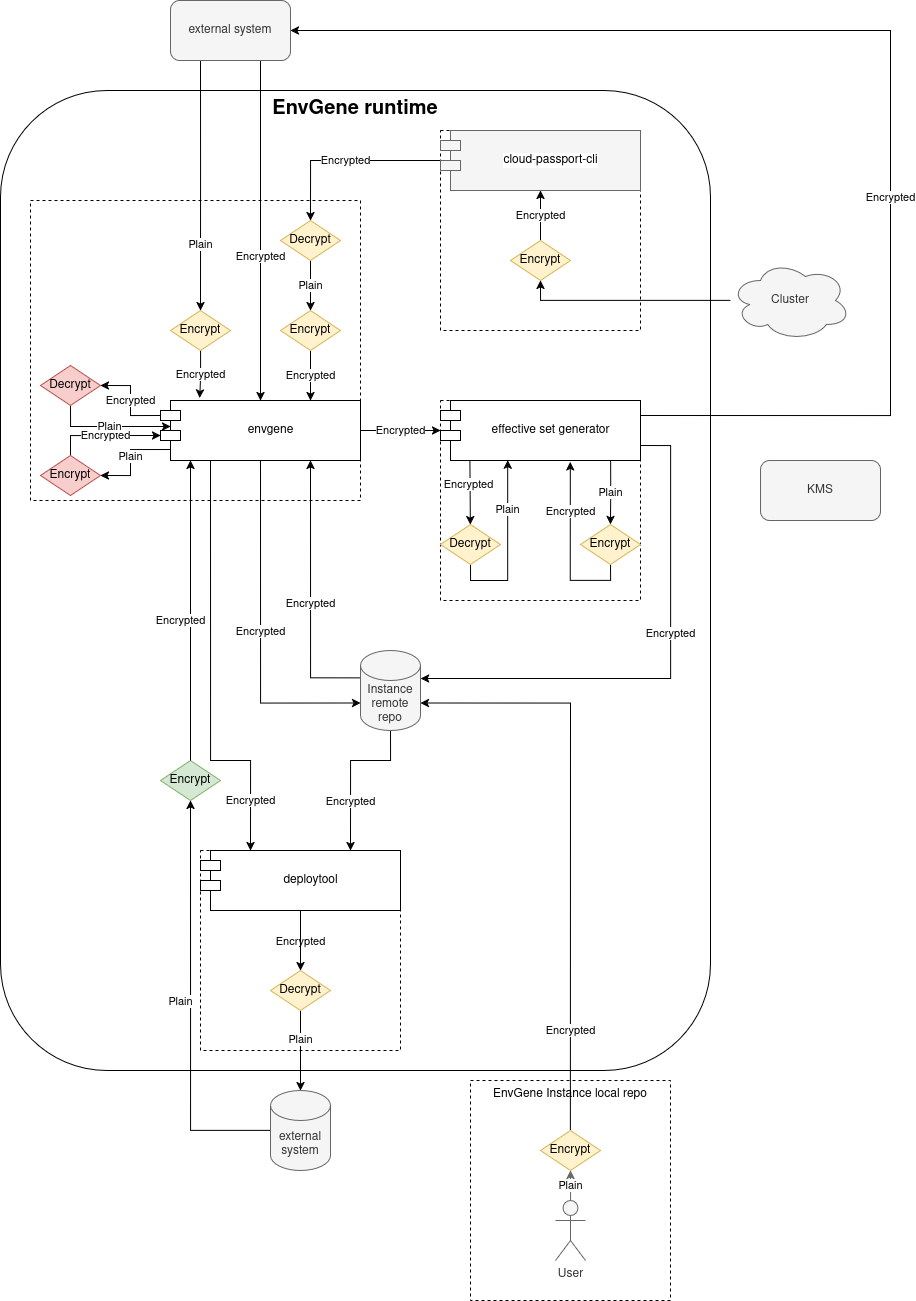
Before: docs/images/cred-encryption.png, a diagram exported from draw.io (sivareddyit/qubership-envgene). Source tidied: cells renumbered, new cells last; positions are measured from the earlier drawing's top-left corner, leaving out a move shared by most shapes.
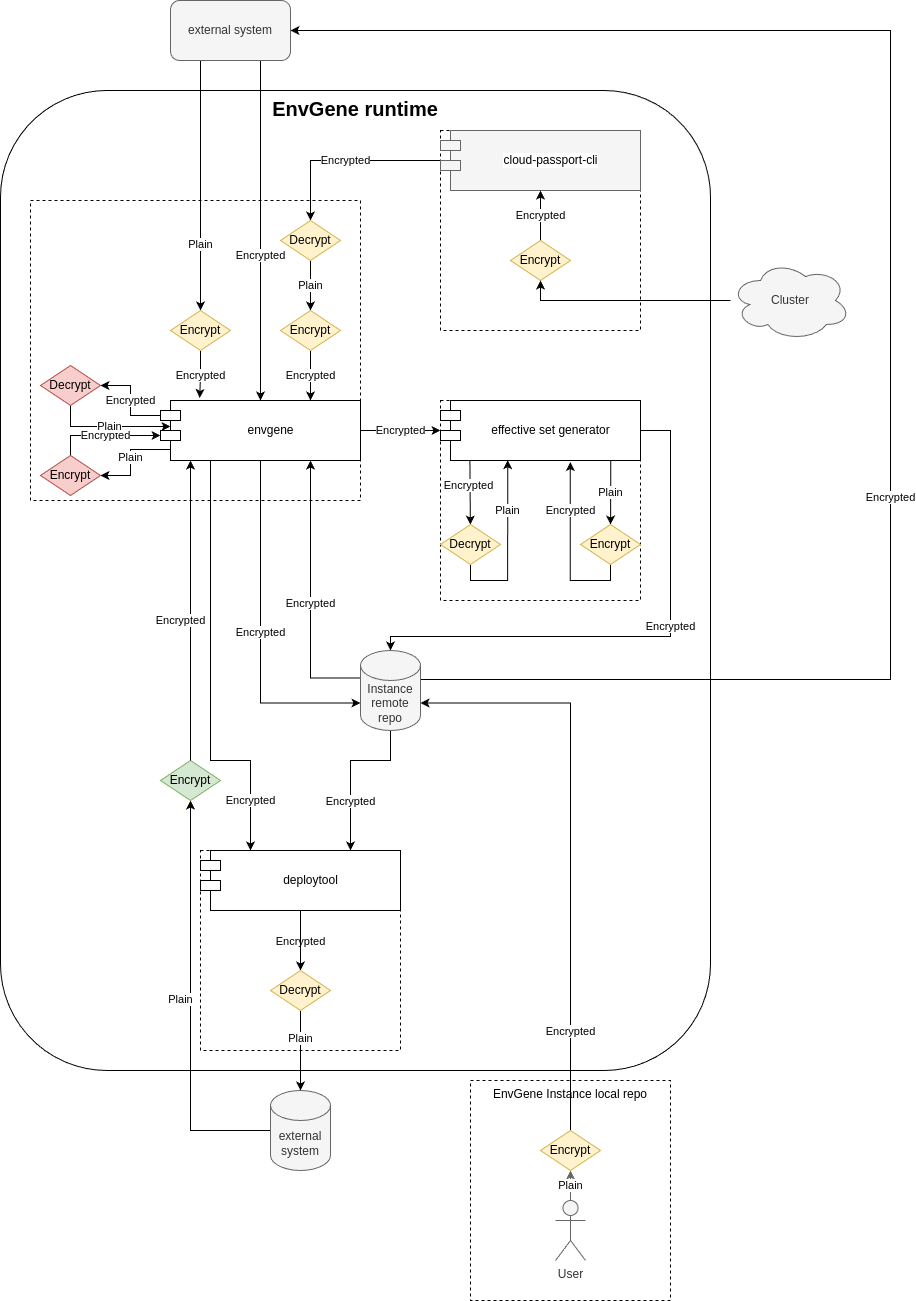
The same diagram one commit later.

Change to the diagram source:
```diff
@@ -63,19 +63,20 @@
     <mxCell id="18" value="&lt;span style=&quot;color: rgb(0, 0, 0); font-family: helvetica; font-size: 11px; font-style: normal; font-weight: 400; letter-spacing: normal; text-align: center; text-indent: 0px; text-transform: none; word-spacing: 0px; display: inline; float: none;&quot;&gt;Plain&lt;/span&gt;" style="edgeStyle=orthogonalEdgeStyle;rounded=0;jettySize=auto;html=1;exitX=0.851;exitY=0.987;exitDx=0;exitDy=0;entryX=0.5;entryY=0;entryDx=0;entryDy=0;exitPerimeter=0;labelBackgroundColor=#ffffff;" parent="1" edge="1" source="21" target="26">
       <mxGeometry relative="1" as="geometry" />
     </mxCell>
-    <mxCell id="19" value="&lt;span style=&quot;font-family: &amp;quot;helvetica&amp;quot; ; font-size: 11px ; font-style: normal ; font-weight: 400 ; letter-spacing: normal ; text-align: center ; text-indent: 0px ; text-transform: none ; word-spacing: 0px ; display: inline ; float: none&quot;&gt;Encrypted&lt;/span&gt;" style="edgeStyle=orthogonalEdgeStyle;rounded=0;jettySize=auto;html=1;entryX=1;entryY=0;entryDx=0;entryDy=27.5;entryPerimeter=0;labelBackgroundColor=#ffffff;exitX=1;exitY=0.75;exitDx=0;exitDy=0;" parent="1" edge="1" source="21" target="28">
+    <mxCell id="19" value="&lt;span style=&quot;font-family: &amp;quot;helvetica&amp;quot; ; font-size: 11px ; font-style: normal ; font-weight: 400 ; letter-spacing: normal ; text-align: center ; text-indent: 0px ; text-transform: none ; word-spacing: 0px ; display: inline ; float: none&quot;&gt;Encrypted&lt;/span&gt;" style="edgeStyle=orthogonalEdgeStyle;rounded=0;jettySize=auto;html=1;entryX=0.5;entryY=0;entryDx=0;entryDy=0;entryPerimeter=0;labelBackgroundColor=#ffffff;exitX=1;exitY=0.5;exitDx=0;exitDy=0;" parent="1" edge="1" source="21" target="28">
       <mxGeometry x="-0.15" relative="1" as="geometry">
         <Array as="points">
-          <mxPoint x="670" y="445" />
-          <mxPoint x="670" y="678" />
-          <mxPoint x="420" y="678" />
+          <mxPoint x="670" y="430" />
+          <mxPoint x="670" y="636" />
+          <mxPoint x="390" y="636" />
         </Array>
       </mxGeometry>
     </mxCell>
-    <mxCell id="20" value="Encrypted" style="edgeStyle=orthogonalEdgeStyle;rounded=0;jettySize=auto;html=1;exitX=1;exitY=0.25;exitDx=0;exitDy=0;entryX=1;entryY=0.5;entryDx=0;entryDy=0;" parent="1" edge="1" source="21" target="35">
+    <mxCell id="20" value="Encrypted" style="edgeStyle=orthogonalEdgeStyle;rounded=0;jettySize=auto;html=1;exitX=1;exitY=0;exitDx=0;exitDy=27.5;entryX=1;entryY=0.5;entryDx=0;entryDy=0;exitPerimeter=0;" parent="1" edge="1" source="28" target="35">
       <mxGeometry x="-0.24" relative="1" as="geometry">
         <Array as="points">
-          <mxPoint x="890" y="415" />
+          <mxPoint x="420" y="679" />
+          <mxPoint x="890" y="679" />
           <mxPoint x="890" y="30" />
         </Array>
         <mxPoint y="1" as="offset" />
@@ -234,9 +235,6 @@
     <mxCell id="56" value="Decrypt" style="rhombus;whiteSpace=wrap;html=1;labelBackgroundColor=none;fillColor=#f8cecc;strokeColor=#b85450;" parent="1" vertex="1">
       <mxGeometry x="40" y="365" width="60" height="40" as="geometry" />
     </mxCell>
-    <mxCell id="57" value="KMS" style="rounded=1;whiteSpace=wrap;html=1;fillColor=#f5f5f5;align=center;strokeColor=#666666;fontColor=#333333;" parent="1" vertex="1">
-      <mxGeometry x="760" y="460" width="120" height="60" as="geometry" />
-    </mxCell>
     <mxCell id="58" value="Encrypt" style="rhombus;whiteSpace=wrap;html=1;labelBackgroundColor=none;fillColor=#d5e8d4;strokeColor=#82b366;" parent="1" vertex="1">
       <mxGeometry x="160" y="760" width="60" height="40" as="geometry" />
     </mxCell>
```
